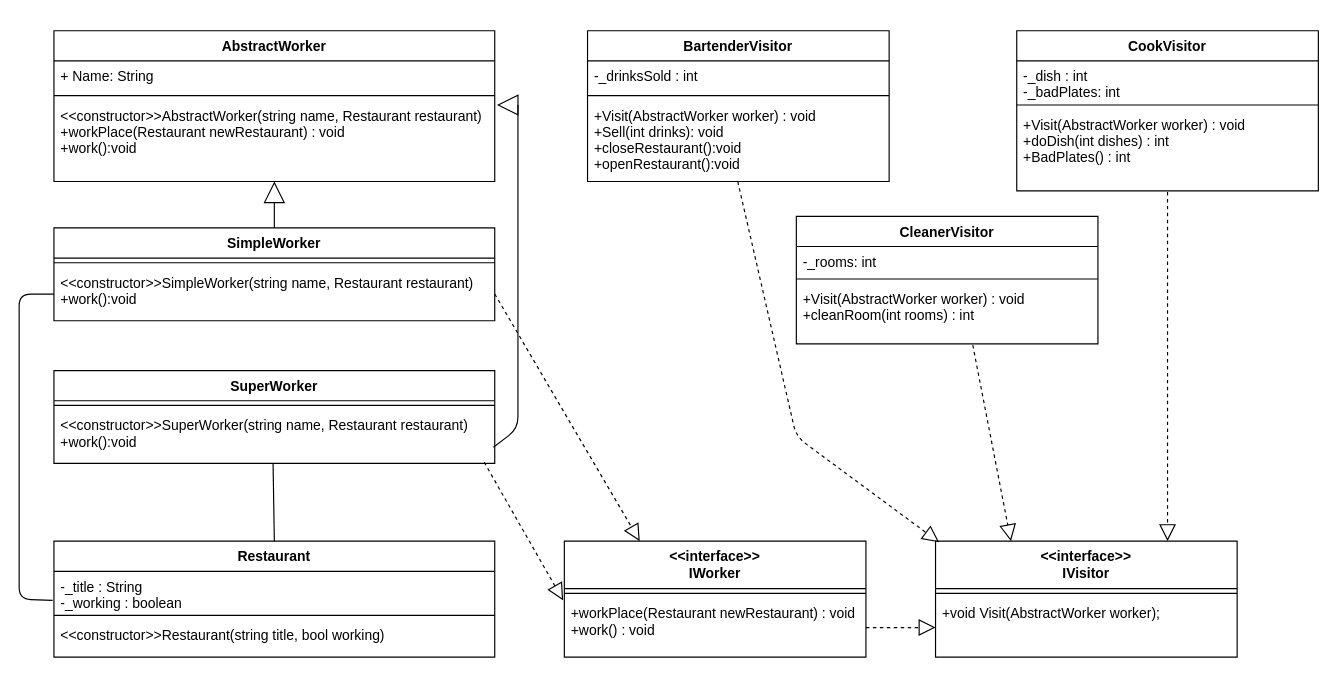
Above: antra/diagrams/Visitor.drawio in gabrielezi/PSP (draw.io), before the change. Source tidied: cells renumbered, new cells numbered last; positions are measured from the earlier drawing's top-left corner, leaving out a move shared by most shapes. Both pictures are drawn from the tidied source at 116%, with x=0, y=0 at pixel (19, 30).
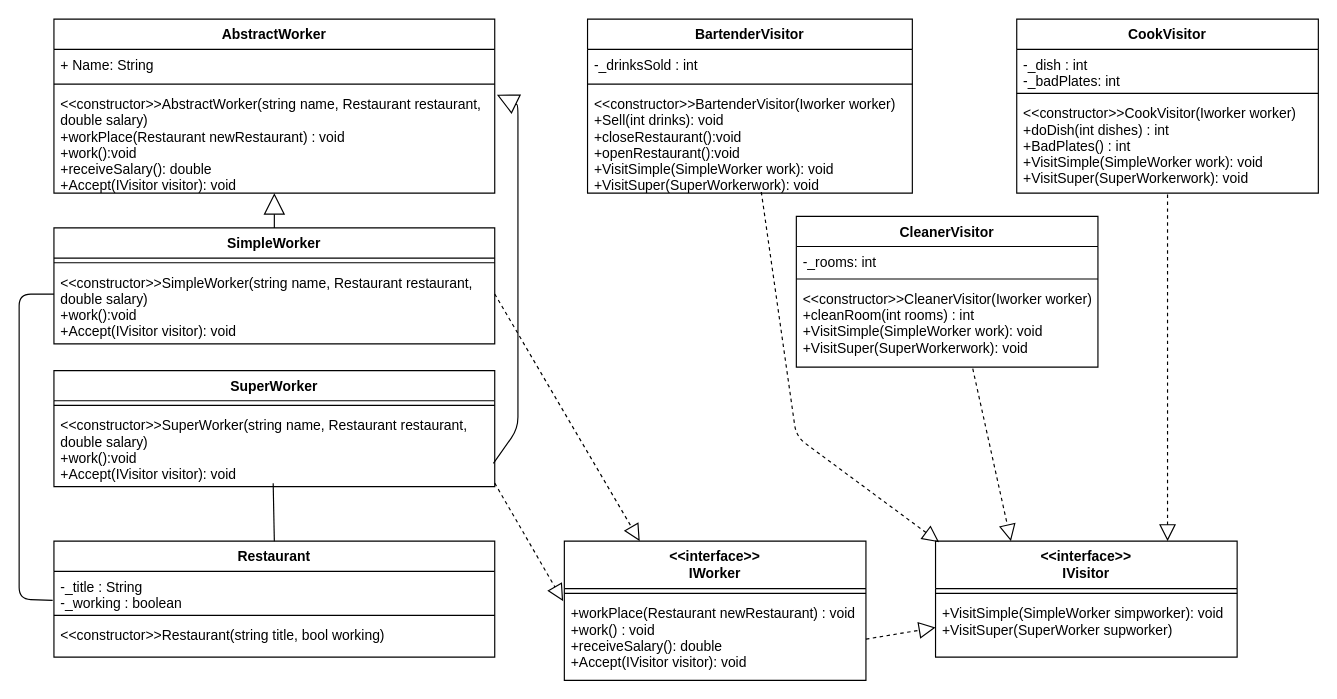
The same page after the edit.

Unchanged cells that the change refers to:
```xml
<mxCell id="37" value="&lt;&lt;interface&gt;&gt;&#10;IVisitor&#10;" style="swimlane;fontStyle=1;align=center;verticalAlign=top;horizontal=1;startSize=41;" parent="1" vertex="1">
  <mxGeometry x="790" y="440" width="260" height="100" as="geometry" />
</mxCell>
```

Change to the diagram source:
```diff
@@
     <mxCell id="2" value="AbstractWorker" style="swimlane;fontStyle=1;align=center;verticalAlign=top;horizontal=1;startSize=26;" parent="1" vertex="1">
-      <mxGeometry x="30" width="380" height="130" as="geometry" />
+      <mxGeometry x="30" y="-10" width="380" height="150" as="geometry" />
     </mxCell>
@@
-    <mxCell id="5" value="&lt;&lt;constructor&gt;&gt;AbstractWorker(string name, Restaurant restaurant)&#10;+workPlace(Restaurant newRestaurant) : void&#10;+work():void" style="text;strokeColor=none;fillColor=none;align=left;verticalAlign=top;spacingLeft=4;spacingRight=4;overflow=hidden;points=[[0,0.5],[1,0.5]];portConstraint=eastwest;" parent="2" vertex="1">
-      <mxGeometry y="60" width="380" height="70" as="geometry" />
+    <mxCell id="5" value="&lt;&lt;constructor&gt;&gt;AbstractWorker(string name, Restaurant restaurant,&#10;double salary)&#10;+workPlace(Restaurant newRestaurant) : void&#10;+work():void&#10;+receiveSalary(): double&#10;+Accept(IVisitor visitor): void" style="text;strokeColor=none;fillColor=none;align=left;verticalAlign=top;spacingLeft=4;spacingRight=4;overflow=hidden;points=[[0,0.5],[1,0.5]];portConstraint=eastwest;" parent="2" vertex="1">
+      <mxGeometry y="60" width="380" height="90" as="geometry" />
     </mxCell>
     <mxCell id="6" value="SimpleWorker" style="swimlane;fontStyle=1;align=center;verticalAlign=top;horizontal=1;startSize=26;" parent="1" vertex="1">
-      <mxGeometry x="30" y="170" width="380" height="80" as="geometry" />
+      <mxGeometry x="30" y="170" width="380" height="100" as="geometry" />
     </mxCell>
@@
-    <mxCell id="8" value="&lt;&lt;constructor&gt;&gt;SimpleWorker(string name, Restaurant restaurant)&#10;+work():void" style="text;strokeColor=none;fillColor=none;align=left;verticalAlign=top;spacingLeft=4;spacingRight=4;overflow=hidden;" parent="6" vertex="1">
-      <mxGeometry y="34" width="380" height="46" as="geometry" />
+    <mxCell id="8" value="&lt;&lt;constructor&gt;&gt;SimpleWorker(string name, Restaurant restaurant,&#10;double salary)&#10;+work():void&#10;+Accept(IVisitor visitor): void" style="text;strokeColor=none;fillColor=none;align=left;verticalAlign=top;spacingLeft=4;spacingRight=4;overflow=hidden;" parent="6" vertex="1">
+      <mxGeometry y="34" width="380" height="66" as="geometry" />
     </mxCell>
     <mxCell id="9" value="SuperWorker" style="swimlane;fontStyle=1;align=center;verticalAlign=top;horizontal=1;startSize=26;" parent="1" vertex="1">
-      <mxGeometry x="30" y="293" width="380" height="80" as="geometry" />
+      <mxGeometry x="30" y="293" width="380" height="100" as="geometry" />
     </mxCell>
@@
-    <mxCell id="11" value="&lt;&lt;constructor&gt;&gt;SuperWorker(string name, Restaurant restaurant)&#10;+work():void" style="text;strokeColor=none;fillColor=none;align=left;verticalAlign=top;spacingLeft=4;spacingRight=4;overflow=hidden;points=[[0,0.5],[1,0.5]];portConstraint=eastwest;" parent="9" vertex="1">
-      <mxGeometry y="34" width="380" height="46" as="geometry" />
+    <mxCell id="11" value="&lt;&lt;constructor&gt;&gt;SuperWorker(string name, Restaurant restaurant,&#10;double salary)&#10;+work():void&#10;+Accept(IVisitor visitor): void" style="text;strokeColor=none;fillColor=none;align=left;verticalAlign=top;spacingLeft=4;spacingRight=4;overflow=hidden;points=[[0,0.5],[1,0.5]];portConstraint=eastwest;" parent="9" vertex="1">
+      <mxGeometry y="34" width="380" height="66" as="geometry" />
     </mxCell>
@@
-    <mxCell id="18" style="endArrow=none;html=1;exitX=0.5;exitY=0;exitDx=0;exitDy=0;entryX=0.497;entryY=1;entryDx=0;entryDy=0;entryPerimeter=0;" parent="1" edge="1">
+    <mxCell id="18" style="endArrow=none;html=1;exitX=0.5;exitY=0;exitDx=0;exitDy=0;" parent="1" edge="1">
       <mxGeometry relative="1" as="geometry">
         <mxPoint x="220" y="440" as="sourcePoint" />
-        <mxPoint x="218.9" y="373" as="targetPoint" />
+        <mxPoint x="219" y="390" as="targetPoint" />
       </mxGeometry>
     </mxCell>
@@
     <mxCell id="20" value="&lt;&lt;interface&gt;&gt;&#10;IWorker&#10;" style="swimlane;fontStyle=1;align=center;verticalAlign=top;horizontal=1;startSize=41;" parent="1" vertex="1">
-      <mxGeometry x="470" y="440" width="260" height="100" as="geometry" />
+      <mxGeometry x="470" y="440" width="260" height="120" as="geometry" />
     </mxCell>
@@
-    <mxCell id="22" value="+workPlace(Restaurant newRestaurant) : void&#10;+work() : void" style="text;strokeColor=none;fillColor=none;align=left;verticalAlign=top;spacingLeft=4;spacingRight=4;overflow=hidden;points=[[0,0.5],[1,0.5]];portConstraint=eastwest;" parent="20" vertex="1">
-      <mxGeometry y="49" width="260" height="51" as="geometry" />
+    <mxCell id="22" value="+workPlace(Restaurant newRestaurant) : void&#10;+work() : void&#10;+receiveSalary(): double&#10;+Accept(IVisitor visitor): void" style="text;strokeColor=none;fillColor=none;align=left;verticalAlign=top;spacingLeft=4;spacingRight=4;overflow=hidden;points=[[0,0.5],[1,0.5]];portConstraint=eastwest;" parent="20" vertex="1">
+      <mxGeometry y="49" width="260" height="71" as="geometry" />
     </mxCell>
-    <mxCell id="23" style="endArrow=block;dashed=1;endFill=0;endSize=12;html=1;exitX=0.976;exitY=0.978;exitDx=0;exitDy=0;exitPerimeter=0;entryX=-0.004;entryY=0.039;entryDx=0;entryDy=0;entryPerimeter=0;" parent="1" edge="1" target="22">
+    <mxCell id="23" style="endArrow=block;dashed=1;endFill=0;endSize=12;html=1;entryX=-0.004;entryY=0.039;entryDx=0;entryDy=0;entryPerimeter=0;" parent="1" edge="1" target="22">
       <mxGeometry relative="1" as="geometry">
-        <mxPoint x="400.9" y="372" as="sourcePoint" />
+        <mxPoint x="410" y="390" as="sourcePoint" />
       </mxGeometry>
     </mxCell>
@@
     <mxCell id="25" value="BartenderVisitor" style="swimlane;fontStyle=1;align=center;verticalAlign=top;horizontal=1;startSize=26;" parent="1" vertex="1">
-      <mxGeometry x="490" width="260" height="130" as="geometry" />
+      <mxGeometry x="490" y="-10" width="280" height="150" as="geometry" />
     </mxCell>
     <mxCell id="26" value="-_drinksSold : int" style="text;strokeColor=none;fillColor=none;align=left;verticalAlign=top;spacingLeft=4;spacingRight=4;overflow=hidden;" parent="25" vertex="1">
-      <mxGeometry y="26" width="260" height="26" as="geometry" />
+      <mxGeometry y="26" width="280" height="26" as="geometry" />
     </mxCell>
     <mxCell id="27" style="line;strokeWidth=1;fillColor=none;align=left;verticalAlign=middle;spacingTop=-1;spacingLeft=3;spacingRight=3;labelPosition=right;" parent="25" vertex="1">
-      <mxGeometry y="52" width="260" height="8" as="geometry" />
+      <mxGeometry y="52" width="280" height="8" as="geometry" />
     </mxCell>
-    <mxCell id="28" value="+Visit(AbstractWorker worker) : void&#10;+Sell(int drinks): void&#10;+closeRestaurant():void&#10;+openRestaurant():void" style="text;strokeColor=none;fillColor=none;align=left;verticalAlign=top;spacingLeft=4;spacingRight=4;overflow=hidden;points=[[0,0.5],[1,0.5]];portConstraint=eastwest;" parent="25" vertex="1">
-      <mxGeometry y="60" width="260" height="70" as="geometry" />
+    <mxCell id="28" value="&lt;&lt;constructor&gt;&gt;BartenderVisitor(Iworker worker)&#10;+Sell(int drinks): void&#10;+closeRestaurant():void&#10;+openRestaurant():void&#10;+VisitSimple(SimpleWorker work): void&#10;+VisitSuper(SuperWorkerwork): void" style="text;strokeColor=none;fillColor=none;align=left;verticalAlign=top;spacingLeft=4;spacingRight=4;overflow=hidden;points=[[0,0.5],[1,0.5]];portConstraint=eastwest;" parent="25" vertex="1">
+      <mxGeometry y="60" width="280" height="90" as="geometry" />
     </mxCell>
     <mxCell id="29" value="CleanerVisitor" style="swimlane;fontStyle=1;align=center;verticalAlign=top;horizontal=1;startSize=26;" parent="1" vertex="1">
-      <mxGeometry x="670" y="160" width="260" height="110" as="geometry" />
+      <mxGeometry x="670" y="160" width="260" height="130" as="geometry" />
     </mxCell>
@@
-    <mxCell id="32" value="+Visit(AbstractWorker worker) : void&#10;+cleanRoom(int rooms) : int" style="text;strokeColor=none;fillColor=none;align=left;verticalAlign=top;spacingLeft=4;spacingRight=4;overflow=hidden;points=[[0,0.5],[1,0.5]];portConstraint=eastwest;" parent="29" vertex="1">
-      <mxGeometry y="58" width="260" height="52" as="geometry" />
+    <mxCell id="32" value="&lt;&lt;constructor&gt;&gt;CleanerVisitor(Iworker worker)&#10;+cleanRoom(int rooms) : int&#10;+VisitSimple(SimpleWorker work): void&#10;+VisitSuper(SuperWorkerwork): void&#10;" style="text;strokeColor=none;fillColor=none;align=left;verticalAlign=top;spacingLeft=4;spacingRight=4;overflow=hidden;points=[[0,0.5],[1,0.5]];portConstraint=eastwest;" parent="29" vertex="1">
+      <mxGeometry y="58" width="260" height="72" as="geometry" />
     </mxCell>
     <mxCell id="33" value="CookVisitor" style="swimlane;fontStyle=1;align=center;verticalAlign=top;horizontal=1;startSize=26;" parent="1" vertex="1">
-      <mxGeometry x="860" width="260" height="138" as="geometry" />
+      <mxGeometry x="860" y="-10" width="260" height="150" as="geometry" />
     </mxCell>
@@
-    <mxCell id="36" value="+Visit(AbstractWorker worker) : void&#10;+doDish(int dishes) : int&#10;+BadPlates() : int" style="text;strokeColor=none;fillColor=none;align=left;verticalAlign=top;spacingLeft=4;spacingRight=4;overflow=hidden;points=[[0,0.5],[1,0.5]];portConstraint=eastwest;" parent="33" vertex="1">
-      <mxGeometry y="68" width="260" height="70" as="geometry" />
+    <mxCell id="36" value="&lt;&lt;constructor&gt;&gt;CookVisitor(Iworker worker)&#10;+doDish(int dishes) : int&#10;+BadPlates() : int&#10;+VisitSimple(SimpleWorker work): void&#10;+VisitSuper(SuperWorkerwork): void" style="text;strokeColor=none;fillColor=none;align=left;verticalAlign=top;spacingLeft=4;spacingRight=4;overflow=hidden;points=[[0,0.5],[1,0.5]];portConstraint=eastwest;" parent="33" vertex="1">
+      <mxGeometry y="68" width="260" height="82" as="geometry" />
     </mxCell>
@@
-    <mxCell id="39" value="+void Visit(AbstractWorker worker);" style="text;strokeColor=none;fillColor=none;align=left;verticalAlign=top;spacingLeft=4;spacingRight=4;overflow=hidden;points=[[0,0.5],[1,0.5]];portConstraint=eastwest;" parent="37" vertex="1">
+    <mxCell id="39" value="+VisitSimple(SimpleWorker simpworker): void&#10;+VisitSuper(SuperWorker supworker)" style="text;strokeColor=none;fillColor=none;align=left;verticalAlign=top;spacingLeft=4;spacingRight=4;overflow=hidden;points=[[0,0.5],[1,0.5]];portConstraint=eastwest;" parent="37" vertex="1">
       <mxGeometry y="49" width="260" height="51" as="geometry" />
     </mxCell>
@@
-    <mxCell id="43" style="endArrow=block;dashed=1;endFill=0;endSize=12;html=1;exitX=0.5;exitY=1.014;exitDx=0;exitDy=0;entryX=0.012;entryY=0.01;entryDx=0;entryDy=0;exitPerimeter=0;entryPerimeter=0;" parent="1" edge="1" target="37">
+    <mxCell id="43" style="endArrow=block;dashed=1;endFill=0;endSize=12;html=1;exitX=0.535;exitY=0.989;exitDx=0;exitDy=0;entryX=0.012;entryY=0.01;entryDx=0;entryDy=0;exitPerimeter=0;entryPerimeter=0;" parent="1" edge="1" source="28" target="37">
       <mxGeometry relative="1" as="geometry">
-        <mxPoint x="619.5" y="130" as="sourcePoint" />
         <Array as="points">
           <mxPoint x="670" y="350" />
         </Array>
       </mxGeometry>
     </mxCell>
```
